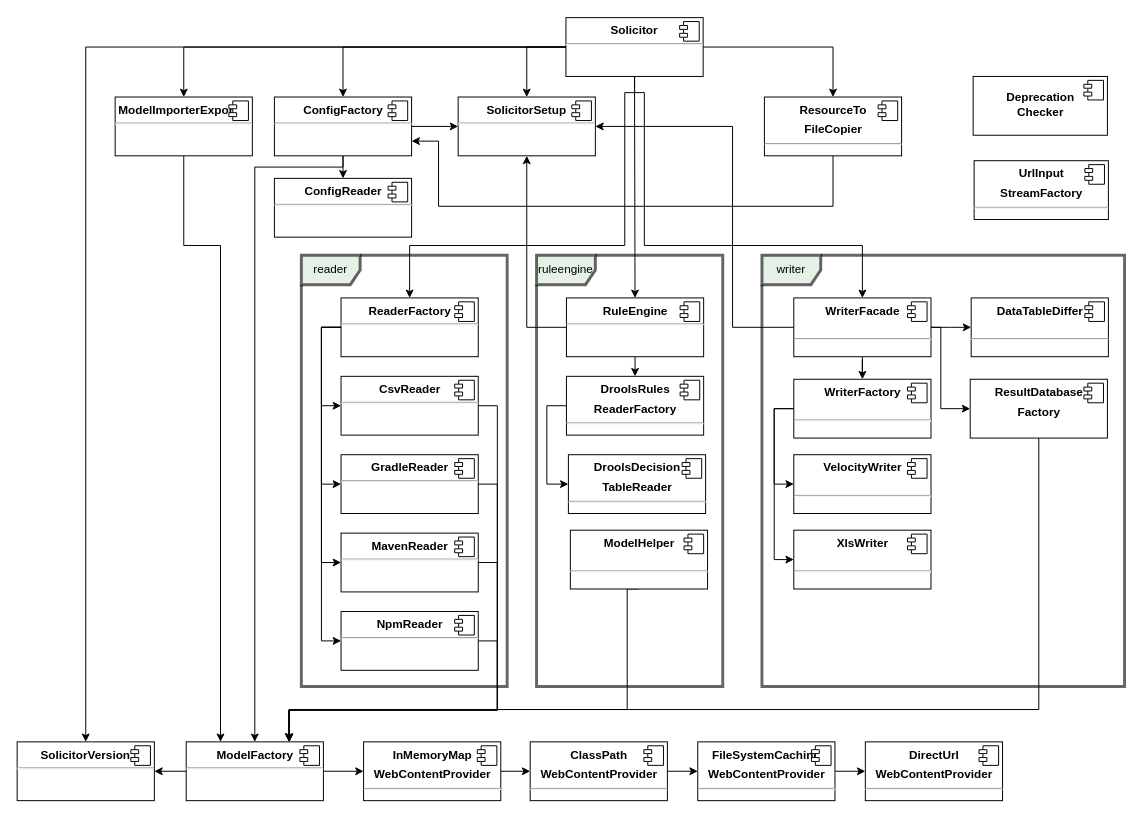
Before: src/main/java/com/devonfw/tools/solicitor/doc-files/solicitor_beans.drawio in devonfw/solicitor, a draw.io diagram. Source tidied: cells renumbered, new cells numbered last; positions are measured from the earlier drawing's top-left corner, leaving out a move shared by most shapes. Both pictures are drawn from the tidied source at 98%, with x=0, y=0 at pixel (17, 18).
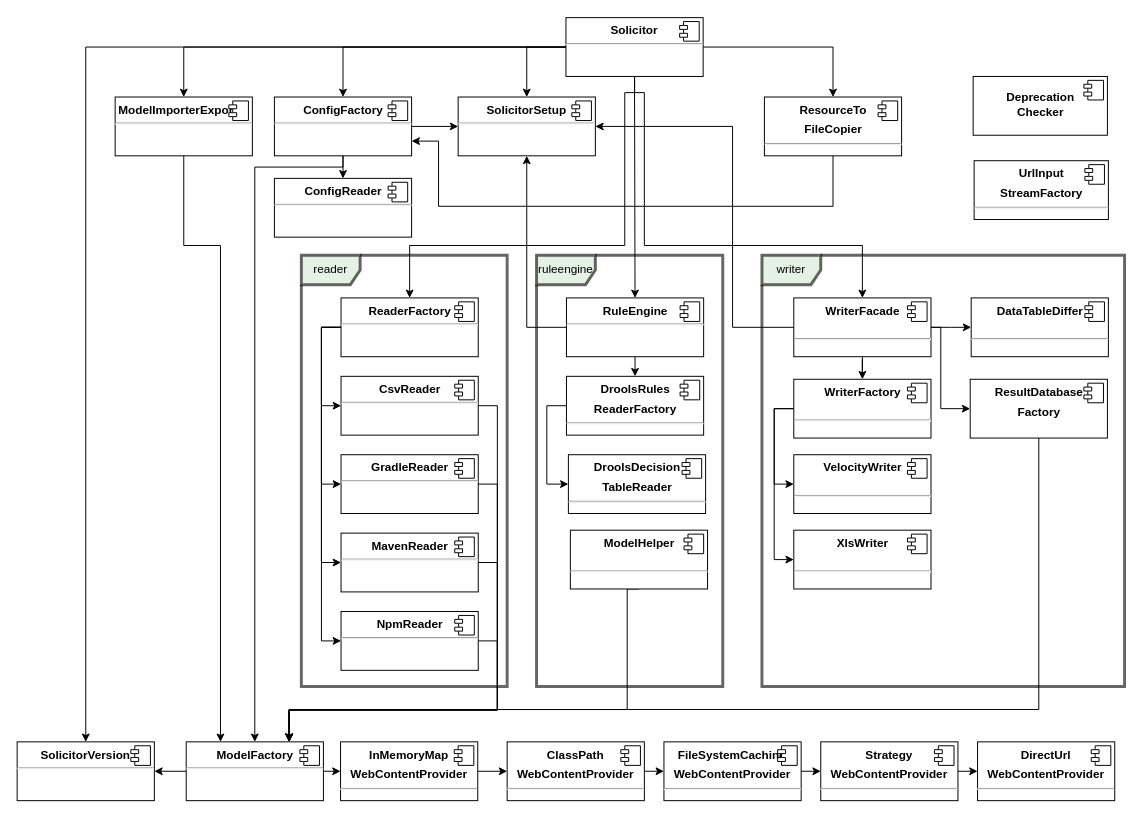
The same diagram, later.

Commit message (it also covers changes not shown here):
replaced architecture diagram and cleaned up code

What changed in the source:
```diff
@@
     <mxCell id="24" value="&lt;p style=&quot;margin: 0px ; margin-top: 6px ; text-align: center&quot;&gt;&lt;b&gt;ClassPath&lt;/b&gt;&lt;/p&gt;&lt;p style=&quot;margin: 0px ; margin-top: 6px ; text-align: center&quot;&gt;&lt;b&gt;WebContentProvider&lt;/b&gt;&lt;br&gt;&lt;/p&gt;&lt;hr&gt;" style="align=left;overflow=fill;html=1;rotation=0;" parent="1" vertex="1">
-      <mxGeometry x="523.5" y="738.5" width="140" height="60" as="geometry" />
+      <mxGeometry x="500" y="738.5" width="140" height="60" as="geometry" />
     </mxCell>
@@
     <mxCell id="26" value="&lt;p style=&quot;margin: 0px ; margin-top: 6px ; text-align: center&quot;&gt;&lt;b&gt;DirectUrl&lt;/b&gt;&lt;/p&gt;&lt;p style=&quot;margin: 0px ; margin-top: 6px ; text-align: center&quot;&gt;&lt;b&gt;WebContentProvider&lt;/b&gt;&lt;br&gt;&lt;/p&gt;&lt;hr&gt;" style="align=left;overflow=fill;html=1;rotation=0;" parent="1" vertex="1">
-      <mxGeometry x="865.5" y="738.5" width="140" height="60" as="geometry" />
+      <mxGeometry x="980" y="738.5" width="140" height="60" as="geometry" />
     </mxCell>
@@
-    <mxCell id="28" style="edgeStyle=orthogonalEdgeStyle;rounded=0;jettySize=auto;html=1;exitX=1;exitY=0.5;exitDx=0;exitDy=0;entryX=0;entryY=0.5;entryDx=0;entryDy=0;" parent="1" edge="1" source="29" target="26">
+    <mxCell id="28" style="edgeStyle=orthogonalEdgeStyle;rounded=0;jettySize=auto;html=1;exitX=1;exitY=0.5;exitDx=0;exitDy=0;entryX=0;entryY=0.5;entryDx=0;entryDy=0;" parent="1" edge="1" source="100" target="26">
       <mxGeometry relative="1" as="geometry" />
     </mxCell>
     <mxCell id="29" value="&lt;p style=&quot;margin: 0px ; margin-top: 6px ; text-align: center&quot;&gt;&lt;b&gt;FileSystemCaching&lt;/b&gt;&lt;/p&gt;&lt;p style=&quot;margin: 0px ; margin-top: 6px ; text-align: center&quot;&gt;&lt;b&gt;WebContentProvider&lt;/b&gt;&lt;br&gt;&lt;/p&gt;&lt;hr&gt;" style="align=left;overflow=fill;html=1;rotation=0;" parent="1" vertex="1">
-      <mxGeometry x="694.5" y="738.5" width="140" height="60" as="geometry" />
+      <mxGeometry x="660" y="738.5" width="140" height="60" as="geometry" />
     </mxCell>
@@
     <mxCell id="32" value="&lt;p style=&quot;margin: 0px ; margin-top: 6px ; text-align: center&quot;&gt;&lt;b&gt;InMemoryMap&lt;/b&gt;&lt;/p&gt;&lt;p style=&quot;margin: 0px ; margin-top: 6px ; text-align: center&quot;&gt;&lt;b&gt;WebContentProvider&lt;/b&gt;&lt;br&gt;&lt;/p&gt;&lt;hr&gt;" style="align=left;overflow=fill;html=1;rotation=0;" parent="1" vertex="1">
-      <mxGeometry x="353.5" y="738.5" width="140" height="60" as="geometry" />
+      <mxGeometry x="330" y="738.5" width="140" height="60" as="geometry" />
     </mxCell>
@@
+    <mxCell id="100" value="&lt;p style=&quot;margin: 0px ; margin-top: 6px ; text-align: center&quot;&gt;&lt;b&gt;Strategy&lt;/b&gt;&lt;/p&gt;&lt;p style=&quot;margin: 0px ; margin-top: 6px ; text-align: center&quot;&gt;&lt;b&gt;WebContentProvider&lt;/b&gt;&lt;br&gt;&lt;/p&gt;&lt;hr&gt;" style="align=left;overflow=fill;html=1;rotation=0;" parent="1" vertex="1">
+      <mxGeometry x="820" y="738.5" width="140" height="60" as="geometry" />
+    </mxCell>
+    <mxCell id="101" style="shape=component;jettyWidth=8;jettyHeight=4;" parent="100" vertex="1">
+      <mxGeometry x="1" width="20" height="20" relative="1" as="geometry">
+        <mxPoint x="-24" y="4" as="offset" />
+      </mxGeometry>
+    </mxCell>
+    <mxCell id="102" style="edgeStyle=orthogonalEdgeStyle;rounded=0;jettySize=auto;html=1;exitX=1;exitY=0.5;exitDx=0;exitDy=0;entryX=0;entryY=0.5;entryDx=0;entryDy=0;" parent="1" edge="1" source="29" target="100">
+      <mxGeometry relative="1" as="geometry" />
+    </mxCell>
```
